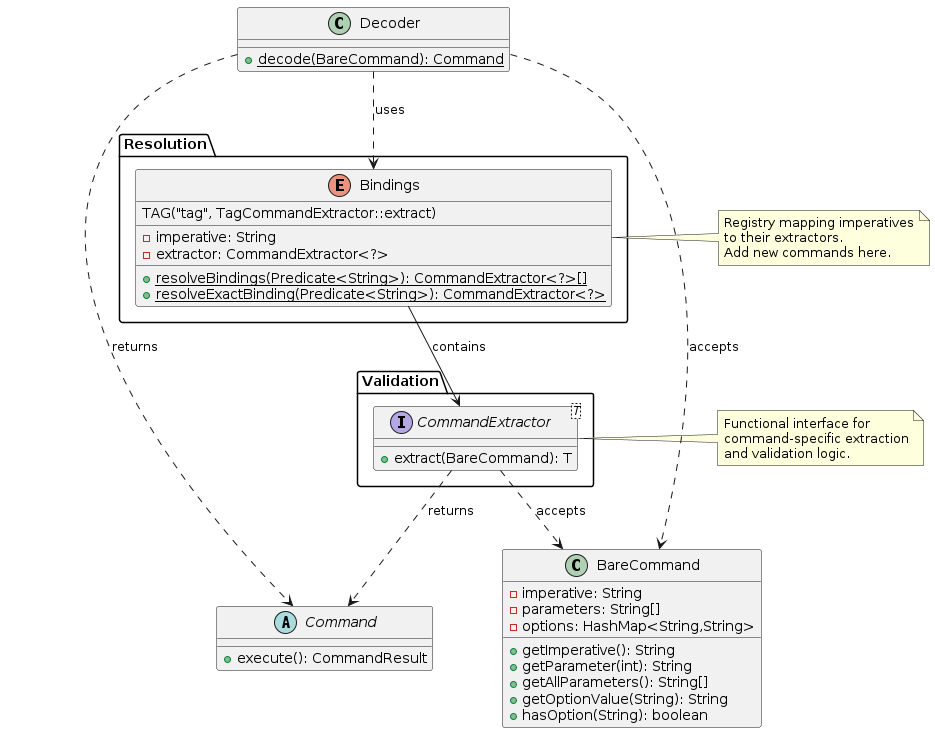
AY2526S1-CS2103T-T13-2/tp keeps this PlantUML diagram as diagrams/assembly/DecodingStructure.png. Above is the earlier version. Its source is kept beside it as diagrams/assembly/DecodingStructure.puml. Source of this version:
```plantuml
@startuml
!define INTERFACE interface

class Decoder {
    + {static} decode(BareCommand): Command
}

abstract class Command {
    + execute(): CommandResult
}

class BareCommand {
    - imperative: String
    - parameters: String[]
    - options: HashMap<String,String>
    __
    + getImperative(): String
    + getParameter(int): String
    + getAllParameters(): String[]
    + getOptionValue(String): String
    + hasOption(String): boolean
}

package "Resolution" {
    enum Bindings {
        TAG("tag", TagCommandExtractor::extract)
        __
        - imperative: String
        - extractor: CommandExtractor<?>
        __
        + {static} resolveBindings(Predicate<String>): CommandExtractor<?>[]
        + {static} resolveExactBinding(Predicate<String>): CommandExtractor<?>
    }
}

package "Validation" {
    INTERFACE "CommandExtractor<T>" as CommandExtractor {
        + extract(BareCommand): T
    }
}

Decoder ..> Bindings : uses
Decoder ..> BareCommand : accepts
Decoder ..> Command : returns

Bindings --> CommandExtractor : contains

CommandExtractor ..> BareCommand : accepts
CommandExtractor ..> Command : returns

note right of Bindings
Registry mapping imperatives
to their extractors.
Add new commands here.
end note

note right of CommandExtractor
Functional interface for
command-specific extraction
and validation logic.
end note

@enduml
```
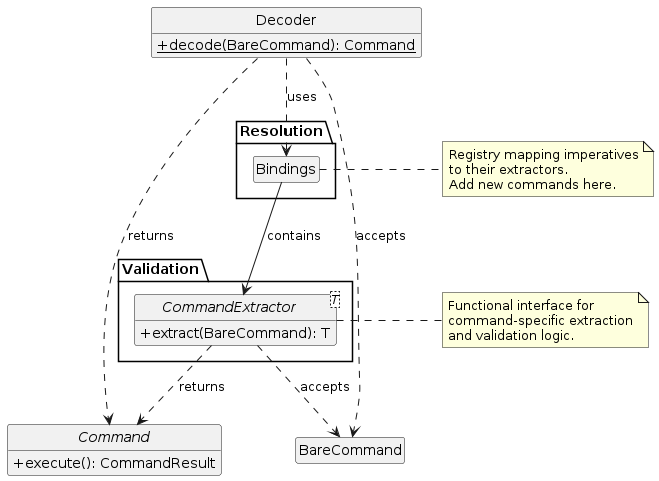
Later version of the same file.

Change to the diagram source:
```diff
@@ -1,4 +1,7 @@
 @startuml
+skinparam style strictuml
+skinparam classAttributeIconSize 0
+hide empty members
 !define INTERFACE interface
 
 class Decoder {
@@ -10,26 +13,10 @@
 }
 
 class BareCommand {
-    - imperative: String
-    - parameters: String[]
-    - options: HashMap<String,String>
-    __
-    + getImperative(): String
-    + getParameter(int): String
-    + getAllParameters(): String[]
-    + getOptionValue(String): String
-    + hasOption(String): boolean
 }
 
 package "Resolution" {
     enum Bindings {
-        TAG("tag", TagCommandExtractor::extract)
-        __
-        - imperative: String
-        - extractor: CommandExtractor<?>
-        __
-        + {static} resolveBindings(Predicate<String>): CommandExtractor<?>[]
-        + {static} resolveExactBinding(Predicate<String>): CommandExtractor<?>
     }
 }
 
```
